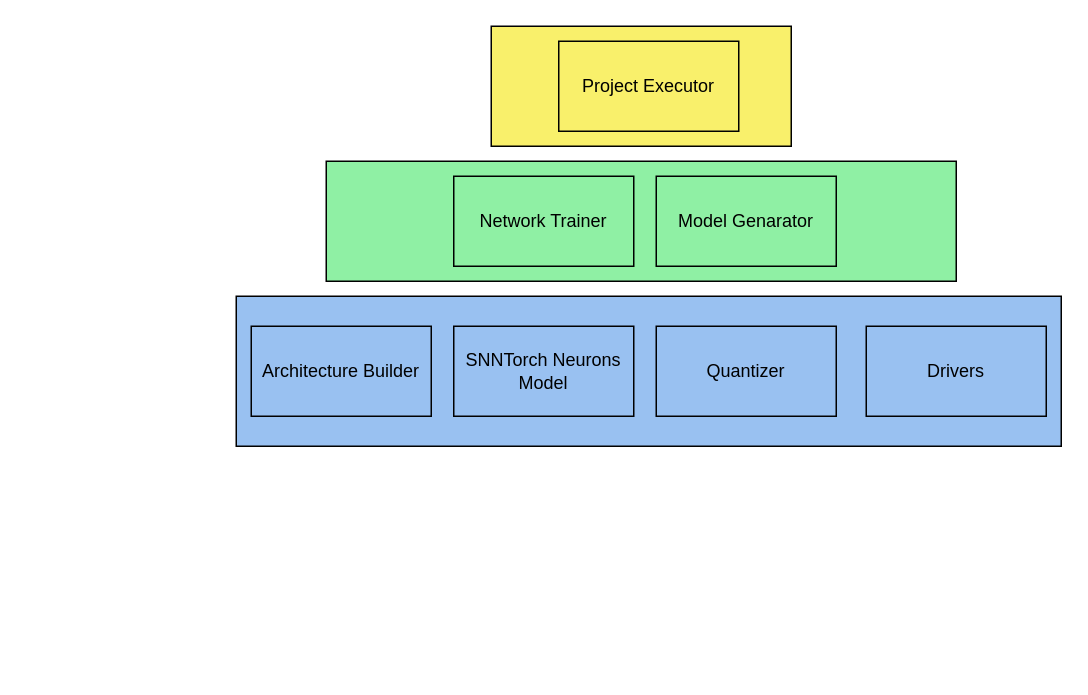
Earlier version of the draw.io diagram modnef_pyramid.drawio (AurelieSa/draw_io). Source tidied: cells renumbered, new cells numbered last; positions are measured from the earlier drawing's top-left corner, leaving out a move shared by most shapes. Both pictures are drawn from the tidied source at 150%, with x=0, y=0 at pixel (236, 26).
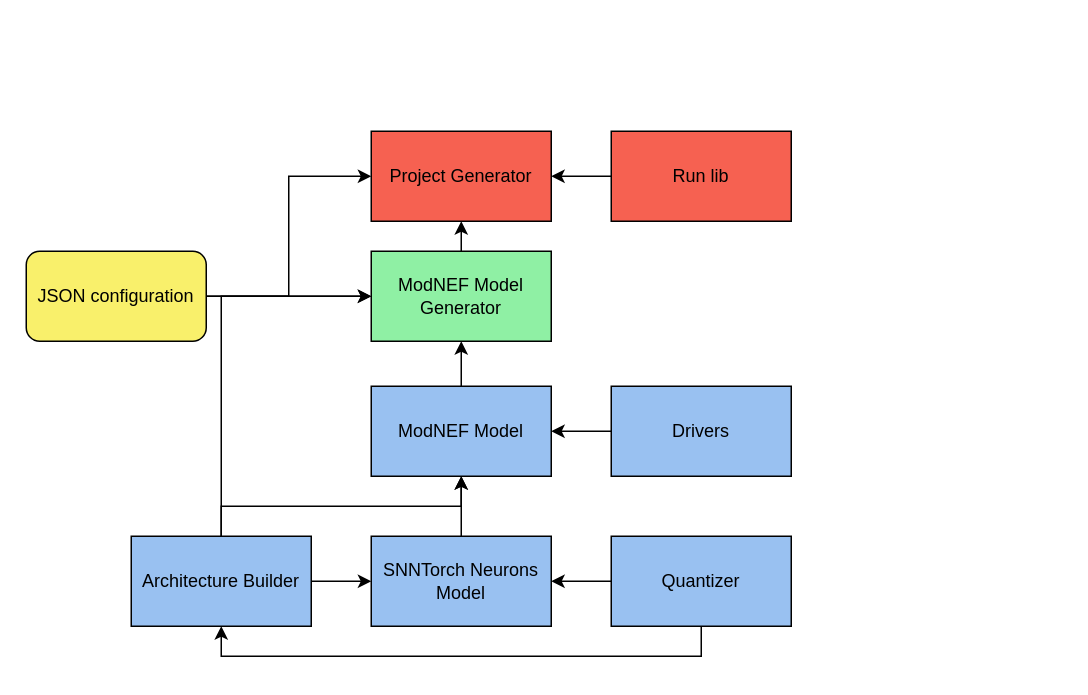
The same page after the edit.

Diff of the diagram source:
```diff
@@
-    <mxCell id="2" style="rounded=0;whiteSpace=wrap;html=1;fillColor=light-dark(#f9f06b, #ededed);" parent="1" vertex="1">
-      <mxGeometry x="170" width="200" height="80" as="geometry" />
-    </mxCell>
-    <mxCell id="3" style="rounded=0;whiteSpace=wrap;html=1;fillColor=light-dark(#8ff0a4, #ededed);" parent="1" vertex="1">
-      <mxGeometry x="60" y="90" width="420" height="80" as="geometry" />
-    </mxCell>
-    <mxCell id="4" style="rounded=0;whiteSpace=wrap;html=1;fillColor=light-dark(#99c1f1, #ededed);gradientColor=none;" parent="1" vertex="1">
-      <mxGeometry y="180" width="550" height="100" as="geometry" />
-    </mxCell>
+    <mxCell id="12" style="edgeStyle=orthogonalEdgeStyle;rounded=0;jettySize=auto;html=1;exitX=1;exitY=0.5;exitDx=0;exitDy=0;entryX=0;entryY=0.5;entryDx=0;entryDy=0;" parent="1" edge="1" source="5" target="6">
+      <mxGeometry relative="1" as="geometry" />
+    </mxCell>
+    <mxCell id="13" style="edgeStyle=orthogonalEdgeStyle;rounded=0;jettySize=auto;html=1;exitX=0.5;exitY=0;exitDx=0;exitDy=0;entryX=0.5;entryY=1;entryDx=0;entryDy=0;" parent="1" edge="1" source="5" target="20">
+      <mxGeometry relative="1" as="geometry" />
+    </mxCell>
+    <mxCell id="14" style="edgeStyle=orthogonalEdgeStyle;rounded=0;jettySize=auto;html=1;exitX=0.5;exitY=0;exitDx=0;exitDy=0;" parent="1" edge="1" source="5" target="22">
+      <mxGeometry relative="1" as="geometry">
+        <Array as="points">
+          <mxPoint x="-10" y="180" />
+          <mxPoint x="150" y="180" />
+        </Array>
+      </mxGeometry>
+    </mxCell>
-    <mxCell id="5" value="Architecture Builder" style="rounded=0;whiteSpace=wrap;html=1;fillColor=none;" parent="1" vertex="1">
-      <mxGeometry x="10" y="200" width="120" height="60" as="geometry" />
+    <mxCell id="5" value="Architecture Builder" style="rounded=0;whiteSpace=wrap;html=1;fillColor=light-dark(#99c1f1, #ededed);" parent="1" vertex="1">
+      <mxGeometry x="-70" y="340" width="120" height="60" as="geometry" />
     </mxCell>
+    <mxCell id="15" style="edgeStyle=orthogonalEdgeStyle;rounded=0;jettySize=auto;html=1;exitX=0.5;exitY=0;exitDx=0;exitDy=0;entryX=0.5;entryY=1;entryDx=0;entryDy=0;" parent="1" edge="1" source="6" target="20">
+      <mxGeometry relative="1" as="geometry" />
+    </mxCell>
-    <mxCell id="6" value="SNNTorch Neurons Model" style="rounded=0;whiteSpace=wrap;html=1;fillColor=none;" parent="1" vertex="1">
-      <mxGeometry x="145" y="200" width="120" height="60" as="geometry" />
+    <mxCell id="6" value="SNNTorch Neurons Model" style="rounded=0;whiteSpace=wrap;html=1;fillColor=light-dark(#99c1f1, #ededed);" parent="1" vertex="1">
+      <mxGeometry x="90" y="340" width="120" height="60" as="geometry" />
     </mxCell>
+    <mxCell id="16" style="edgeStyle=orthogonalEdgeStyle;rounded=0;jettySize=auto;html=1;exitX=0;exitY=0.5;exitDx=0;exitDy=0;entryX=1;entryY=0.5;entryDx=0;entryDy=0;" parent="1" edge="1" source="7" target="6">
+      <mxGeometry relative="1" as="geometry" />
+    </mxCell>
+    <mxCell id="17" style="edgeStyle=orthogonalEdgeStyle;rounded=0;jettySize=auto;html=1;exitX=0.5;exitY=1;exitDx=0;exitDy=0;entryX=0.5;entryY=1;entryDx=0;entryDy=0;" parent="1" edge="1" source="7" target="5">
+      <mxGeometry relative="1" as="geometry" />
+    </mxCell>
-    <mxCell id="7" value="Quantizer" style="rounded=0;whiteSpace=wrap;html=1;fillColor=none;" parent="1" vertex="1">
-      <mxGeometry x="280" y="200" width="120" height="60" as="geometry" />
+    <mxCell id="7" value="Quantizer" style="rounded=0;whiteSpace=wrap;html=1;fillColor=light-dark(#99c1f1, #ededed);" parent="1" vertex="1">
+      <mxGeometry x="250" y="340" width="120" height="60" as="geometry" />
     </mxCell>
+    <mxCell id="18" style="edgeStyle=orthogonalEdgeStyle;rounded=0;jettySize=auto;html=1;exitX=0;exitY=0.5;exitDx=0;exitDy=0;" parent="1" edge="1" source="8" target="20">
+      <mxGeometry relative="1" as="geometry" />
+    </mxCell>
-    <mxCell id="8" value="&lt;div&gt;Drivers&lt;/div&gt;" style="rounded=0;whiteSpace=wrap;html=1;fillColor=none;" parent="1" vertex="1">
-      <mxGeometry x="420" y="200" width="120" height="60" as="geometry" />
+    <mxCell id="8" value="&lt;div&gt;Drivers&lt;/div&gt;" style="rounded=0;whiteSpace=wrap;html=1;fillColor=light-dark(#99c1f1, #ededed);" parent="1" vertex="1">
+      <mxGeometry x="250" y="240" width="120" height="60" as="geometry" />
     </mxCell>
-    <mxCell id="9" value="Model Genarator" style="rounded=0;whiteSpace=wrap;html=1;fillColor=none;" parent="1" vertex="1">
-      <mxGeometry x="280" y="100" width="120" height="60" as="geometry" />
-    </mxCell>
-    <mxCell id="10" value="Network Trainer" style="rounded=0;whiteSpace=wrap;html=1;fillColor=none;" parent="1" vertex="1">
-      <mxGeometry x="145" y="100" width="120" height="60" as="geometry" />
-    </mxCell>
-    <mxCell id="11" value="Project Executor" style="rounded=0;whiteSpace=wrap;html=1;fillColor=none;" parent="1" vertex="1">
-      <mxGeometry x="215" y="10" width="120" height="60" as="geometry" />
-    </mxCell>
+    <mxCell id="19" style="edgeStyle=orthogonalEdgeStyle;rounded=0;jettySize=auto;html=1;exitX=0.5;exitY=0;exitDx=0;exitDy=0;entryX=0.5;entryY=1;entryDx=0;entryDy=0;" parent="1" edge="1" source="20" target="22">
+      <mxGeometry relative="1" as="geometry" />
+    </mxCell>
+    <mxCell id="20" value="ModNEF Model" style="rounded=0;whiteSpace=wrap;html=1;fillColor=light-dark(#99c1f1, #ededed);" parent="1" vertex="1">
+      <mxGeometry x="90" y="240" width="120" height="60" as="geometry" />
+    </mxCell>
+    <mxCell id="21" style="edgeStyle=orthogonalEdgeStyle;rounded=0;jettySize=auto;html=1;exitX=0.5;exitY=0;exitDx=0;exitDy=0;entryX=0.5;entryY=1;entryDx=0;entryDy=0;" parent="1" edge="1" source="22" target="26">
+      <mxGeometry relative="1" as="geometry" />
+    </mxCell>
+    <mxCell id="22" value="&lt;div&gt;ModNEF Model&lt;/div&gt;&lt;div&gt;Generator&lt;/div&gt;" style="rounded=0;whiteSpace=wrap;html=1;fillColor=light-dark(#8ff0a4, #ededed);" parent="1" vertex="1">
+      <mxGeometry x="90" y="150" width="120" height="60" as="geometry" />
+    </mxCell>
+    <mxCell id="23" style="edgeStyle=orthogonalEdgeStyle;rounded=0;jettySize=auto;html=1;exitX=1;exitY=0.5;exitDx=0;exitDy=0;entryX=0;entryY=0.5;entryDx=0;entryDy=0;" parent="1" edge="1" source="25" target="22">
+      <mxGeometry relative="1" as="geometry" />
+    </mxCell>
+    <mxCell id="24" style="edgeStyle=orthogonalEdgeStyle;rounded=0;jettySize=auto;html=1;exitX=1;exitY=0.5;exitDx=0;exitDy=0;entryX=0;entryY=0.5;entryDx=0;entryDy=0;" parent="1" edge="1" source="25" target="26">
+      <mxGeometry relative="1" as="geometry" />
+    </mxCell>
+    <mxCell id="25" value="JSON configuration" style="rounded=1;whiteSpace=wrap;html=1;fillColor=light-dark(#f9f06b, #ededed);" parent="1" vertex="1">
+      <mxGeometry x="-140" y="150" width="120" height="60" as="geometry" />
+    </mxCell>
+    <mxCell id="26" value="Project Generator" style="rounded=0;whiteSpace=wrap;html=1;fillColor=light-dark(#f66151, #ededed);" parent="1" vertex="1">
+      <mxGeometry x="90" y="70" width="120" height="60" as="geometry" />
+    </mxCell>
+    <mxCell id="27" style="edgeStyle=orthogonalEdgeStyle;rounded=0;jettySize=auto;html=1;exitX=0;exitY=0.5;exitDx=0;exitDy=0;entryX=1;entryY=0.5;entryDx=0;entryDy=0;" parent="1" edge="1" source="28" target="26">
+      <mxGeometry relative="1" as="geometry" />
+    </mxCell>
+    <mxCell id="28" value="Run lib" style="rounded=0;whiteSpace=wrap;html=1;fillColor=light-dark(#f66151, #ededed);" parent="1" vertex="1">
+      <mxGeometry x="250" y="70" width="120" height="60" as="geometry" />
+    </mxCell>
```
